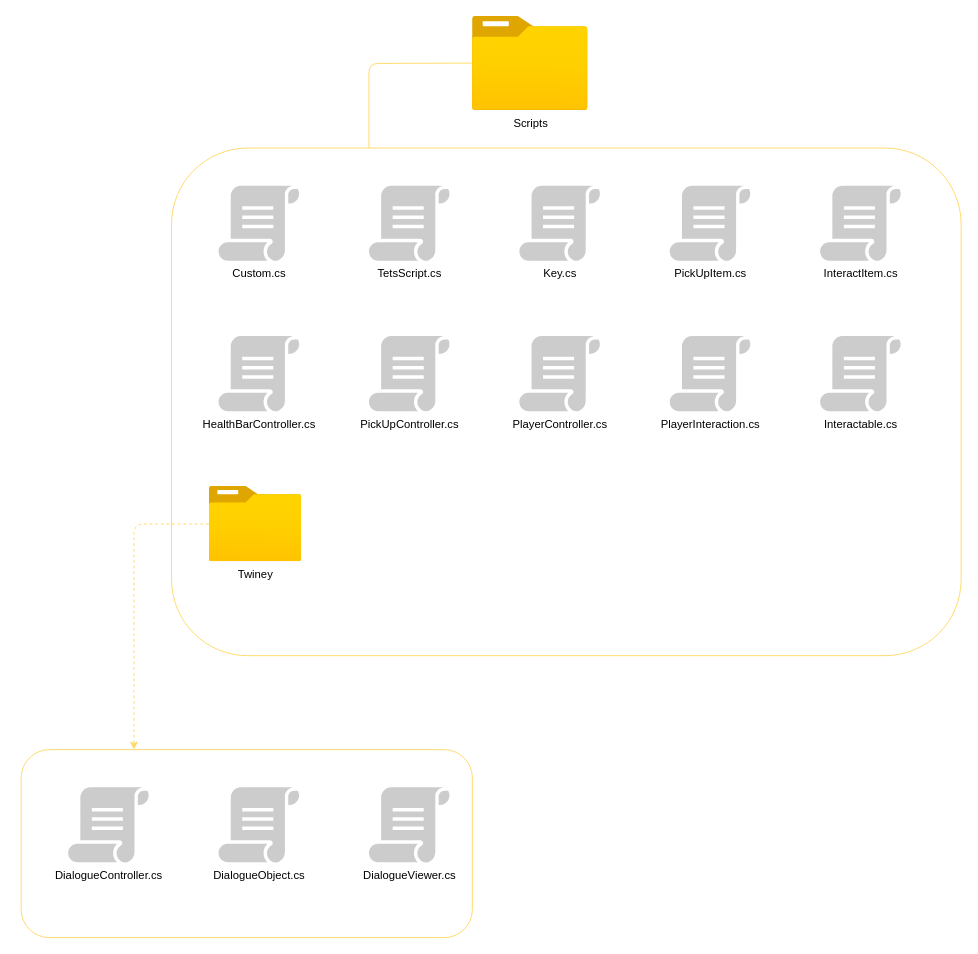
SyedAbd/HappyHome keeps this draw.io diagram as page "Scripts" (4 of 4) of Documentation/HH_TDD_Diagram.drawio. Above is the earlier version. Source tidied: cells renumbered, new cells numbered last; positions are measured from the earlier drawing's top-left corner, leaving out a move shared by most shapes. Both pictures are drawn from the tidied source at 94%, with x=0, y=0 at pixel (21, 16).
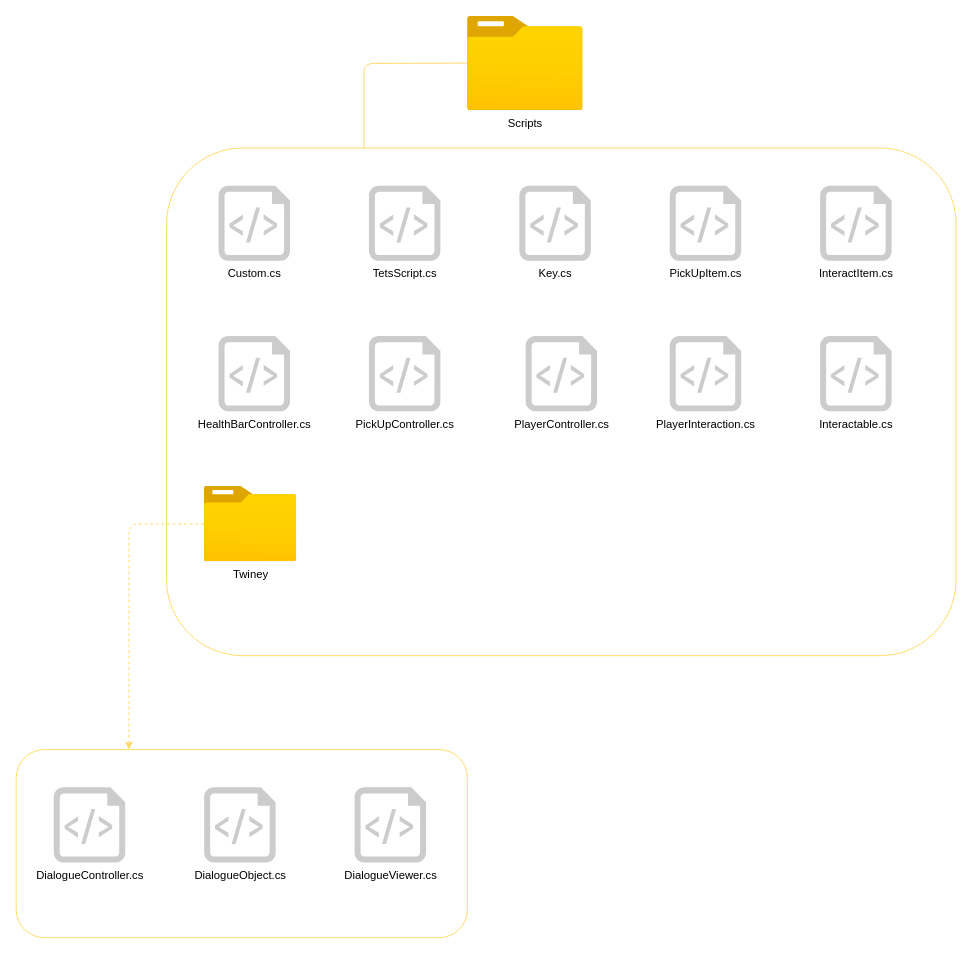
The same diagram, later.

Diff of the diagram source:
```diff
@@
     <mxCell id="2" style="rounded=1;whiteSpace=wrap;html=1;glass=0;shadow=0;fillColor=none;strokeColor=#FFD966;" parent="1" vertex="1">
-      <mxGeometry y="780" width="480" height="200" as="geometry" />
+      <mxGeometry x="-5.3" y="780" width="480" height="200" as="geometry" />
     </mxCell>
     <mxCell id="3" style="rounded=1;whiteSpace=wrap;html=1;glass=0;shadow=0;fillColor=none;strokeColor=#FFD966;" parent="1" vertex="1">
-      <mxGeometry x="160" y="140" width="840" height="540" as="geometry" />
+      <mxGeometry x="154.7" y="140" width="840" height="540" as="geometry" />
     </mxCell>
     <mxCell id="4" value="Scripts" style="image;html=1;points=[];align=center;fontSize=12;image=img/lib/azure2/general/Folder_Blank.svg;" parent="1" vertex="1">
-      <mxGeometry x="480" width="123.2" height="100" as="geometry" />
+      <mxGeometry x="474.7" width="123.2" height="100" as="geometry" />
     </mxCell>
     <mxCell id="5" style="endArrow=none;html=1;rounded=1;entryX=-0.003;entryY=0.496;entryDx=0;entryDy=0;entryPerimeter=0;exitX=0.25;exitY=0;exitDx=0;exitDy=0;curved=0;strokeColor=#FFD966;" parent="1" edge="1" source="3" target="4">
       <mxGeometry relative="1" as="geometry">
         <Array as="points">
-          <mxPoint x="370" y="50" />
+          <mxPoint x="364.7" y="50" />
         </Array>
       </mxGeometry>
     </mxCell>
+    <mxCell id="16" value="Twiney" style="image;html=1;points=[];align=center;fontSize=12;image=img/lib/azure2/general/Folder_Blank.svg;" parent="1" vertex="1">
+      <mxGeometry x="194.7" y="500" width="98.6" height="80" as="geometry" />
+    </mxCell>
+    <mxCell id="17" style="endArrow=classic;html=1;rounded=1;exitX=-0.004;exitY=0.5;exitDx=0;exitDy=0;exitPerimeter=0;entryX=0.25;entryY=0;entryDx=0;entryDy=0;curved=0;dashed=1;strokeColor=#FFD966;" parent="1" edge="1" source="16" target="2">
+      <mxGeometry relative="1" as="geometry">
+        <Array as="points">
+          <mxPoint x="114.7" y="540" />
+        </Array>
+      </mxGeometry>
+    </mxCell>
+    <mxCell id="9" value="&lt;div&gt;InteractItem.cs&lt;/div&gt;" style="verticalLabelPosition=bottom;html=1;verticalAlign=top;align=center;strokeColor=none;fillColor=#CCCCCC;shape=mxgraph.azure.script_file;" parent="1" vertex="1">
+      <mxGeometry x="850" y="180" width="76" height="80" as="geometry" />
+    </mxCell>
+    <mxCell id="15" value="&lt;div&gt;TetsScript.cs&lt;/div&gt;" style="verticalLabelPosition=bottom;html=1;verticalAlign=top;align=center;strokeColor=none;fillColor=#CCCCCC;shape=mxgraph.azure.script_file;" parent="1" vertex="1">
+      <mxGeometry x="370" y="180" width="76" height="80" as="geometry" />
+    </mxCell>
+    <mxCell id="10" value="&lt;div&gt;Key.cs&lt;/div&gt;" style="verticalLabelPosition=bottom;html=1;verticalAlign=top;align=center;strokeColor=none;fillColor=#CCCCCC;shape=mxgraph.azure.script_file;" parent="1" vertex="1">
+      <mxGeometry x="530" y="180" width="76" height="80" as="geometry" />
+    </mxCell>
+    <mxCell id="12" value="&lt;div&gt;PickUpItem.cs&lt;/div&gt;" style="verticalLabelPosition=bottom;html=1;verticalAlign=top;align=center;strokeColor=none;fillColor=#CCCCCC;shape=mxgraph.azure.script_file;" parent="1" vertex="1">
+      <mxGeometry x="690" y="180" width="76" height="80" as="geometry" />
+    </mxCell>
-    <mxCell id="6" value="Custom.cs" style="sketch=0;shadow=0;dashed=0;html=1;strokeColor=none;fillColor=#CCCCCC;labelPosition=center;verticalLabelPosition=bottom;verticalAlign=top;align=center;shape=mxgraph.office.concepts.script;" parent="1" vertex="1">
-      <mxGeometry x="210" y="180" width="86.5" height="80" as="geometry" />
+    <mxCell id="6" value="Custom.cs&lt;div&gt;&lt;br&gt;&lt;/div&gt;" style="verticalLabelPosition=bottom;html=1;verticalAlign=top;align=center;strokeColor=none;fillColor=#CCCCCC;shape=mxgraph.azure.script_file;" parent="1" vertex="1">
+      <mxGeometry x="210" y="180" width="76" height="80" as="geometry" />
     </mxCell>
-    <mxCell id="7" value="HealthBarController.cs" style="sketch=0;shadow=0;dashed=0;html=1;strokeColor=none;fillColor=#CCCCCC;labelPosition=center;verticalLabelPosition=bottom;verticalAlign=top;align=center;shape=mxgraph.office.concepts.script;" parent="1" vertex="1">
-      <mxGeometry x="210" y="340" width="86.5" height="80" as="geometry" />
+    <mxCell id="7" value="&lt;div&gt;HealthBarController.cs&lt;/div&gt;" style="verticalLabelPosition=bottom;html=1;verticalAlign=top;align=center;strokeColor=none;fillColor=#CCCCCC;shape=mxgraph.azure.script_file;" parent="1" vertex="1">
+      <mxGeometry x="210" y="340" width="76" height="80" as="geometry" />
     </mxCell>
-    <mxCell id="8" value="Interactable.cs" style="sketch=0;shadow=0;dashed=0;html=1;strokeColor=none;fillColor=#CCCCCC;labelPosition=center;verticalLabelPosition=bottom;verticalAlign=top;align=center;shape=mxgraph.office.concepts.script;" parent="1" vertex="1">
-      <mxGeometry x="850" y="340" width="86.5" height="80" as="geometry" />
-    </mxCell>
-    <mxCell id="9" value="InteractItem.cs" style="sketch=0;shadow=0;dashed=0;html=1;strokeColor=none;fillColor=#CCCCCC;labelPosition=center;verticalLabelPosition=bottom;verticalAlign=top;align=center;shape=mxgraph.office.concepts.script;" parent="1" vertex="1">
-      <mxGeometry x="850" y="180" width="86.5" height="80" as="geometry" />
-    </mxCell>
-    <mxCell id="10" value="Key.cs" style="sketch=0;shadow=0;dashed=0;html=1;strokeColor=none;fillColor=#CCCCCC;labelPosition=center;verticalLabelPosition=bottom;verticalAlign=top;align=center;shape=mxgraph.office.concepts.script;" parent="1" vertex="1">
-      <mxGeometry x="530" y="180" width="86.5" height="80" as="geometry" />
-    </mxCell>
-    <mxCell id="11" value="PickUpController.cs" style="sketch=0;shadow=0;dashed=0;html=1;strokeColor=none;fillColor=#CCCCCC;labelPosition=center;verticalLabelPosition=bottom;verticalAlign=top;align=center;shape=mxgraph.office.concepts.script;" parent="1" vertex="1">
-      <mxGeometry x="370" y="340" width="86.5" height="80" as="geometry" />
+    <mxCell id="11" value="&lt;div&gt;PickUpController.cs&lt;/div&gt;" style="verticalLabelPosition=bottom;html=1;verticalAlign=top;align=center;strokeColor=none;fillColor=#CCCCCC;shape=mxgraph.azure.script_file;" parent="1" vertex="1">
+      <mxGeometry x="370" y="340" width="76" height="80" as="geometry" />
     </mxCell>
-    <mxCell id="12" value="PickUpItem.cs" style="sketch=0;shadow=0;dashed=0;html=1;strokeColor=none;fillColor=#CCCCCC;labelPosition=center;verticalLabelPosition=bottom;verticalAlign=top;align=center;shape=mxgraph.office.concepts.script;" parent="1" vertex="1">
-      <mxGeometry x="690" y="180" width="86.5" height="80" as="geometry" />
-    </mxCell>
-    <mxCell id="13" value="PlayerController.cs" style="sketch=0;shadow=0;dashed=0;html=1;strokeColor=none;fillColor=#CCCCCC;labelPosition=center;verticalLabelPosition=bottom;verticalAlign=top;align=center;shape=mxgraph.office.concepts.script;" parent="1" vertex="1">
-      <mxGeometry x="530" y="340" width="86.5" height="80" as="geometry" />
+    <mxCell id="13" value="&lt;div&gt;PlayerController.cs&lt;/div&gt;" style="verticalLabelPosition=bottom;html=1;verticalAlign=top;align=center;strokeColor=none;fillColor=#CCCCCC;shape=mxgraph.azure.script_file;" parent="1" vertex="1">
+      <mxGeometry x="536.7" y="340" width="76" height="80" as="geometry" />
     </mxCell>
-    <mxCell id="14" value="PlayerInteraction.cs" style="sketch=0;shadow=0;dashed=0;html=1;strokeColor=none;fillColor=#CCCCCC;labelPosition=center;verticalLabelPosition=bottom;verticalAlign=top;align=center;shape=mxgraph.office.concepts.script;" parent="1" vertex="1">
-      <mxGeometry x="690" y="340" width="86.5" height="80" as="geometry" />
+    <mxCell id="14" value="&lt;div&gt;PlayerInteraction.cs&lt;/div&gt;" style="verticalLabelPosition=bottom;html=1;verticalAlign=top;align=center;strokeColor=none;fillColor=#CCCCCC;shape=mxgraph.azure.script_file;" parent="1" vertex="1">
+      <mxGeometry x="690" y="340" width="76" height="80" as="geometry" />
     </mxCell>
-    <mxCell id="15" value="TetsScript.cs" style="sketch=0;shadow=0;dashed=0;html=1;strokeColor=none;fillColor=#CCCCCC;labelPosition=center;verticalLabelPosition=bottom;verticalAlign=top;align=center;shape=mxgraph.office.concepts.script;" parent="1" vertex="1">
-      <mxGeometry x="370" y="180" width="86.5" height="80" as="geometry" />
-    </mxCell>
-    <mxCell id="16" value="Twiney" style="image;html=1;points=[];align=center;fontSize=12;image=img/lib/azure2/general/Folder_Blank.svg;" parent="1" vertex="1">
-      <mxGeometry x="200" y="500" width="98.6" height="80" as="geometry" />
-    </mxCell>
-    <mxCell id="17" style="endArrow=classic;html=1;rounded=1;exitX=-0.004;exitY=0.5;exitDx=0;exitDy=0;exitPerimeter=0;entryX=0.25;entryY=0;entryDx=0;entryDy=0;curved=0;dashed=1;strokeColor=#FFD966;" parent="1" edge="1" source="16" target="2">
-      <mxGeometry relative="1" as="geometry">
-        <Array as="points">
-          <mxPoint x="120" y="540" />
-        </Array>
-      </mxGeometry>
-    </mxCell>
+    <mxCell id="8" value="&lt;div&gt;Interactable.cs&lt;/div&gt;" style="verticalLabelPosition=bottom;html=1;verticalAlign=top;align=center;strokeColor=none;fillColor=#CCCCCC;shape=mxgraph.azure.script_file;" parent="1" vertex="1">
+      <mxGeometry x="850" y="340" width="76" height="80" as="geometry" />
+    </mxCell>
-    <mxCell id="18" value="DialogueController.cs" style="sketch=0;shadow=0;dashed=0;html=1;strokeColor=none;fillColor=#CCCCCC;labelPosition=center;verticalLabelPosition=bottom;verticalAlign=top;align=center;shape=mxgraph.office.concepts.script;" parent="1" vertex="1">
-      <mxGeometry x="50" y="820" width="86.5" height="80" as="geometry" />
+    <mxCell id="18" value="&lt;div&gt;DialogueController.cs&lt;/div&gt;" style="verticalLabelPosition=bottom;html=1;verticalAlign=top;align=center;strokeColor=none;fillColor=#CCCCCC;shape=mxgraph.azure.script_file;" parent="1" vertex="1">
+      <mxGeometry x="34.7" y="820" width="76" height="80" as="geometry" />
     </mxCell>
+    <mxCell id="21" value="&lt;div&gt;DialogueViewer.cs&lt;/div&gt;" style="verticalLabelPosition=bottom;html=1;verticalAlign=top;align=center;strokeColor=none;fillColor=#CCCCCC;shape=mxgraph.azure.script_file;" parent="1" vertex="1">
+      <mxGeometry x="354.7" y="820" width="76" height="80" as="geometry" />
+    </mxCell>
-    <mxCell id="19" value="DialogueObject.cs" style="sketch=0;shadow=0;dashed=0;html=1;strokeColor=none;fillColor=#CCCCCC;labelPosition=center;verticalLabelPosition=bottom;verticalAlign=top;align=center;shape=mxgraph.office.concepts.script;" parent="1" vertex="1">
-      <mxGeometry x="210" y="820" width="86.5" height="80" as="geometry" />
+    <mxCell id="19" value="&lt;div&gt;DialogueObject.cs&lt;/div&gt;" style="verticalLabelPosition=bottom;html=1;verticalAlign=top;align=center;strokeColor=none;fillColor=#CCCCCC;shape=mxgraph.azure.script_file;" parent="1" vertex="1">
+      <mxGeometry x="194.7" y="820" width="76" height="80" as="geometry" />
     </mxCell>
-    <mxCell id="20" value="DialogueViewer&lt;span style=&quot;background-color: initial;&quot;&gt;.cs&lt;/span&gt;" style="sketch=0;shadow=0;dashed=0;html=1;strokeColor=none;fillColor=#CCCCCC;labelPosition=center;verticalLabelPosition=bottom;verticalAlign=top;align=center;shape=mxgraph.office.concepts.script;" parent="1" vertex="1">
-      <mxGeometry x="370" y="820" width="86.5" height="80" as="geometry" />
-    </mxCell>
```
